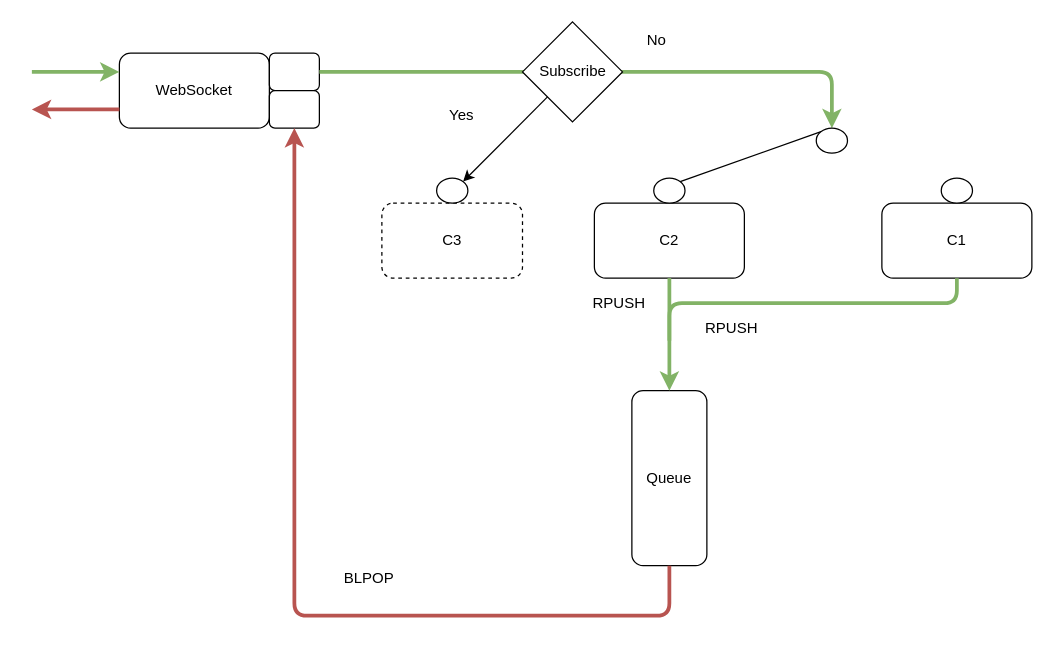
The draw.io diagram Docs/Schema.drawio in sanzor/Ctesiphon, before the edit. Source tidied: cells renumbered, new cells numbered last; positions are measured from the earlier drawing's top-left corner, leaving out a move shared by most shapes. Both pictures are drawn from the tidied source at 125%, with x=0, y=0 at pixel (31, 21).
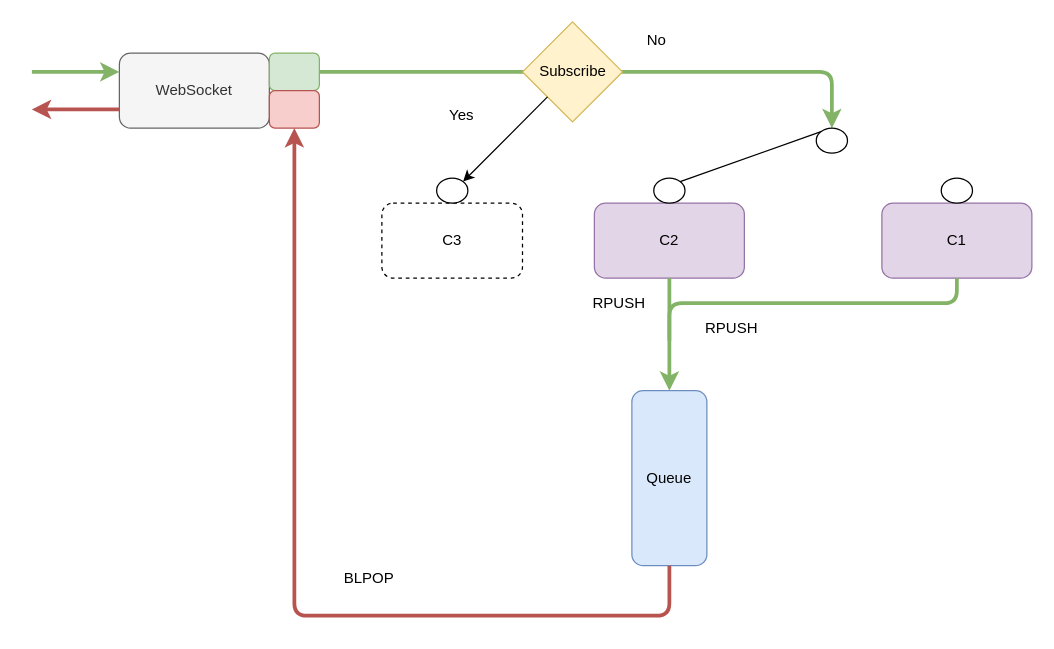
The same page after the edit.

The edit, as a diff of the source:
```diff
@@
-    <mxCell id="2" value="WebSocket" style="rounded=1;whiteSpace=wrap;html=1;" parent="1" vertex="1">
+    <mxCell id="2" value="WebSocket" style="rounded=1;whiteSpace=wrap;html=1;fillColor=#f5f5f5;strokeColor=#666666;fontColor=#333333;" parent="1" vertex="1">
       <mxGeometry x="70" y="25" width="120" height="60" as="geometry" />
     </mxCell>
-    <mxCell id="3" value="C2" style="rounded=1;whiteSpace=wrap;html=1;" parent="1" vertex="1">
+    <mxCell id="3" value="C2" style="rounded=1;whiteSpace=wrap;html=1;fillColor=#e1d5e7;strokeColor=#9673a6;" parent="1" vertex="1">
       <mxGeometry x="450" y="145" width="120" height="60" as="geometry" />
     </mxCell>
-    <mxCell id="4" value="C1" style="rounded=1;whiteSpace=wrap;html=1;" parent="1" vertex="1">
+    <mxCell id="4" value="C1" style="rounded=1;whiteSpace=wrap;html=1;fillColor=#e1d5e7;strokeColor=#9673a6;" parent="1" vertex="1">
       <mxGeometry x="680" y="145" width="120" height="60" as="geometry" />
     </mxCell>
-    <mxCell id="5" value="Queue" style="rounded=1;whiteSpace=wrap;html=1;" parent="1" vertex="1">
+    <mxCell id="5" value="Queue" style="rounded=1;whiteSpace=wrap;html=1;fillColor=#dae8fc;strokeColor=#6c8ebf;" parent="1" vertex="1">
       <mxGeometry x="480" y="295" width="60" height="140" as="geometry" />
     </mxCell>
-    <mxCell id="6" style="rounded=1;whiteSpace=wrap;html=1;" parent="1" vertex="1">
+    <mxCell id="6" style="rounded=1;whiteSpace=wrap;html=1;fillColor=#d5e8d4;strokeColor=#82b366;" parent="1" vertex="1">
       <mxGeometry x="190" y="25" width="40" height="30" as="geometry" />
     </mxCell>
-    <mxCell id="7" style="rounded=1;whiteSpace=wrap;html=1;" parent="1" vertex="1">
+    <mxCell id="7" style="rounded=1;whiteSpace=wrap;html=1;fillColor=#f8cecc;strokeColor=#b85450;" parent="1" vertex="1">
       <mxGeometry x="190" y="55" width="40" height="30" as="geometry" />
     </mxCell>
@@
-    <mxCell id="23" value="Subscribe" style="rhombus;whiteSpace=wrap;html=1;" parent="1" vertex="1">
+    <mxCell id="23" value="Subscribe" style="rhombus;whiteSpace=wrap;html=1;fillColor=#fff2cc;strokeColor=#d6b656;" parent="1" vertex="1">
       <mxGeometry x="392.5" width="80" height="80" as="geometry" />
     </mxCell>
```
